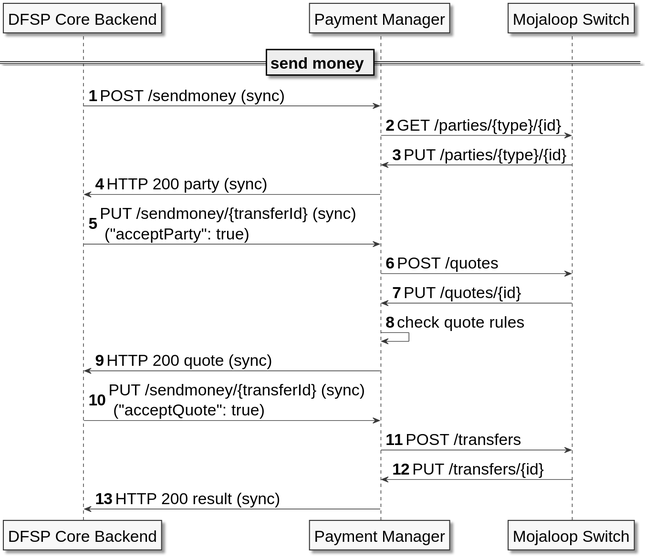
Above: modules/api_integration/images/PM4ML_transfer_flow_payer_multistage.svg in pm4ml/documents (PlantUML), before the change.
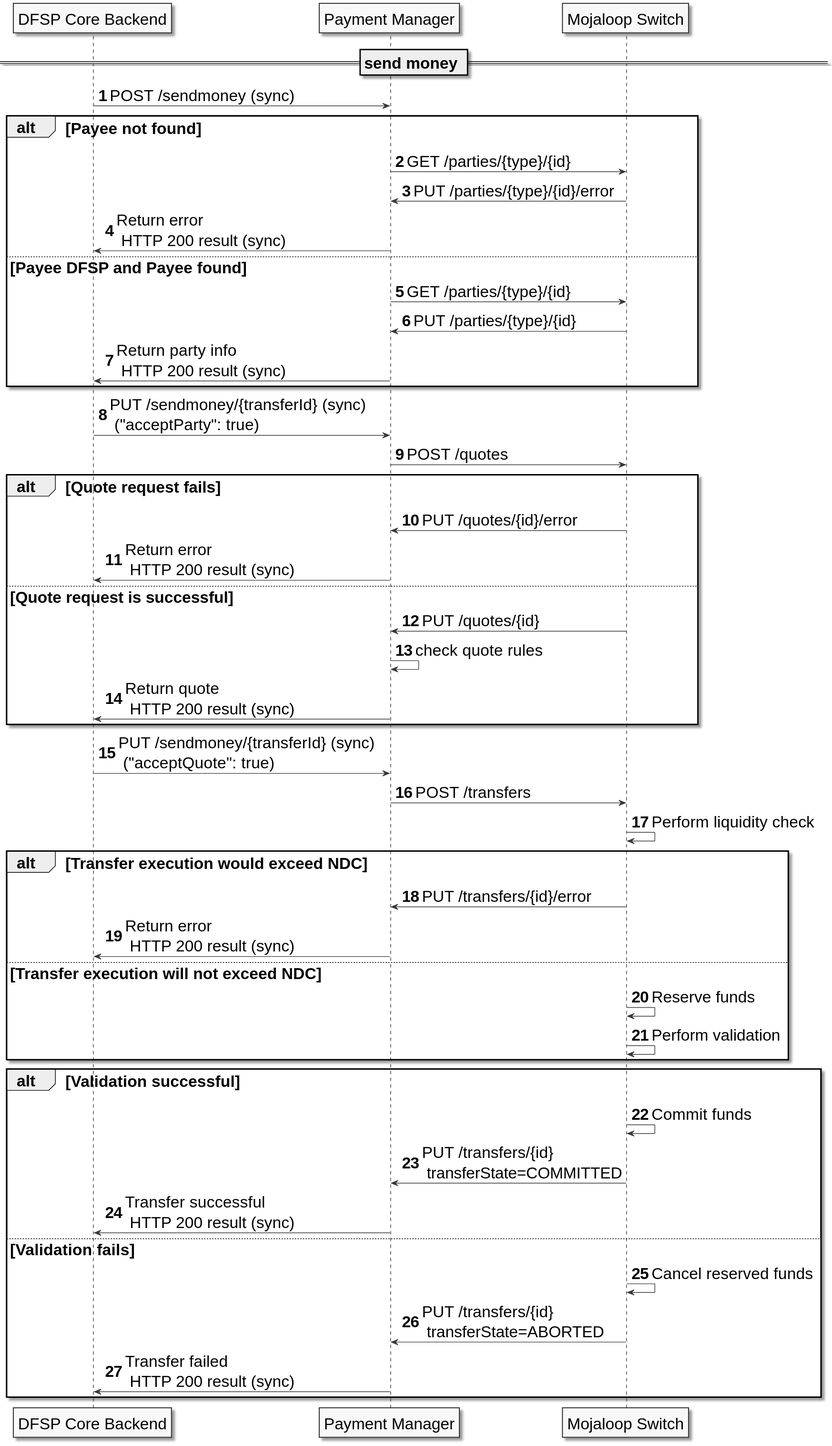
After the commit.

Change to the diagram source:
```diff
@@ -18,23 +18,43 @@
 == send money ==
 
     backend -> sob: POST /sendmoney (sync)
-
+    alt Payee not found
+    sob -> sw: GET /parties/{type}/{id}
+    sw -> sob: PUT /parties/{type}/{id}/error
+    sob -> backend: Return error \n HTTP 200 result (sync)
+    else Payee DFSP and Payee found
     sob -> sw: GET /parties/{type}/{id}
     sw -> sob: PUT /parties/{type}/{id}
-
-    sob -> backend: HTTP 200 party (sync)
+    sob -> backend: Return party info \n HTTP 200 result (sync)
+    end
     backend -> sob: PUT /sendmoney/{transferId} (sync) \n ("acceptParty": true)
-
     sob -> sw: POST /quotes
+    alt Quote request fails
+    sw -> sob: PUT /quotes/{id}/error
+    sob -> backend: Return error \n HTTP 200 result (sync)
+    else Quote request is successful
     sw -> sob: PUT /quotes/{id}
     sob -> sob: check quote rules
-
-    sob -> backend: HTTP 200 quote (sync)
+    sob -> backend: Return quote \n HTTP 200 result (sync)
+    end
     backend -> sob: PUT /sendmoney/{transferId} (sync) \n ("acceptQuote": true)
-
     sob -> sw: POST /transfers
-    sw -> sob: PUT /transfers/{id}
-
-    sob -> backend: HTTP 200 result (sync)
+    sw -> sw: Perform liquidity check
+    alt Transfer execution would exceed NDC
+    sw -> sob: PUT /transfers/{id}/error
+    sob -> backend: Return error \n HTTP 200 result (sync)
+    else Transfer execution will not exceed NDC
+    sw -> sw: Reserve funds
+    sw -> sw: Perform validation
+    end
+    alt Validation successful
+    sw -> sw: Commit funds
+    sw -> sob: PUT /transfers/{id} \n transferState=COMMITTED
+    sob -> backend: Transfer successful \n HTTP 200 result (sync)
+    else Validation fails
+    sw -> sw: Cancel reserved funds
+    sw -> sob: PUT /transfers/{id} \n transferState=ABORTED
+    sob -> backend: Transfer failed \n HTTP 200 result (sync)
+    end
 
 @enduml
```
